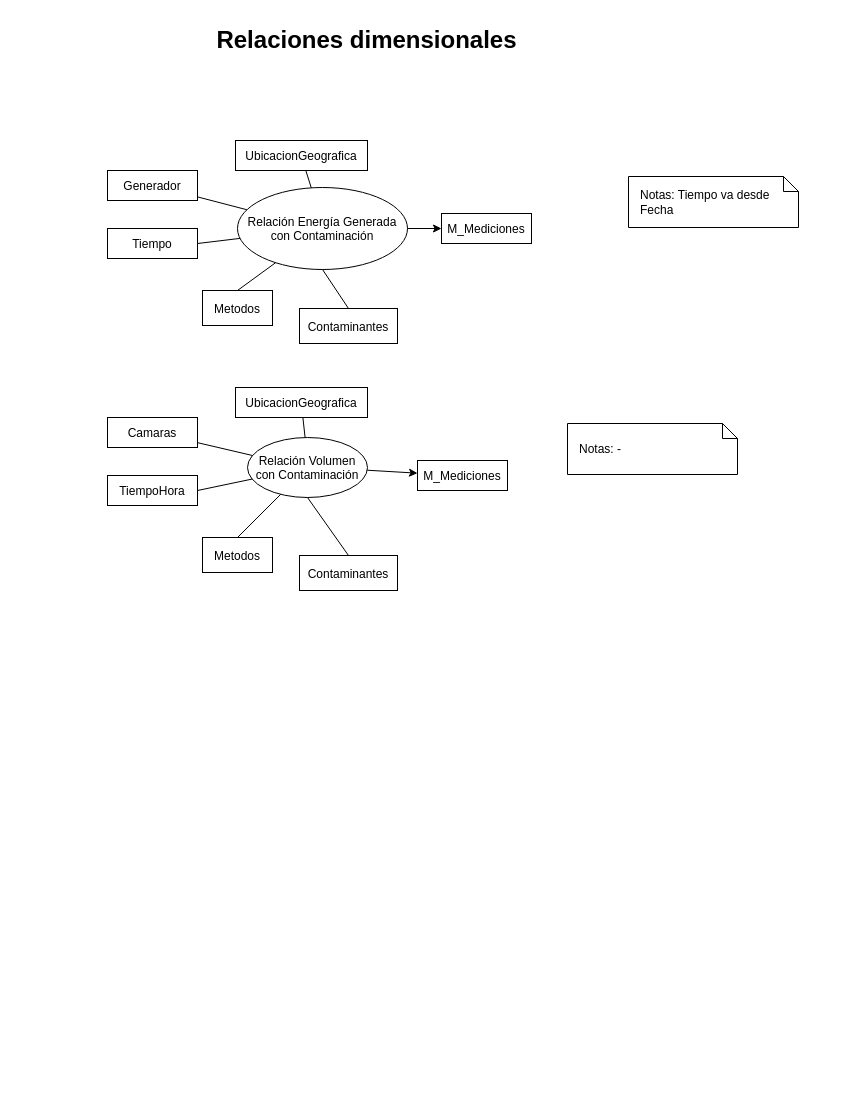
The draw.io diagram 2. Diseño conceptual/Relaciones dimensionales.drawio.xml in gonzalomelov/dw-calidad-aire-docs, before the edit. Source tidied: cells renumbered, new cells numbered last; positions are measured from the earlier drawing's top-left corner, leaving out a move shared by most shapes. Both pictures are drawn from the tidied source at 100%, with x=0, y=0 at pixel (107, 17).
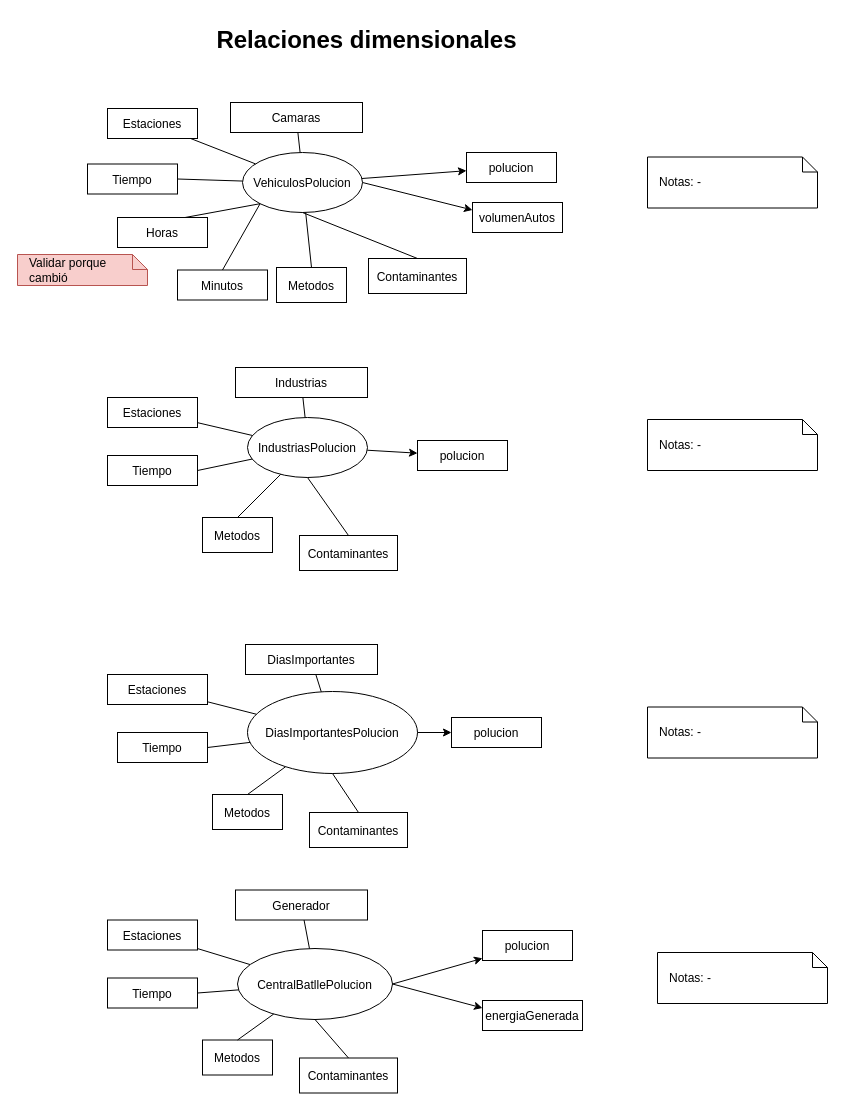
After the change.

Diff of the diagram source:
```diff
@@
-    <mxCell id="2" value="UbicacionGeografica" parent="1" vertex="1">
-      <mxGeometry x="128" y="123" width="132" height="30" as="geometry" />
+    <mxCell id="2" value="Generador" parent="1" vertex="1">
+      <mxGeometry x="128" y="872.5" width="132" height="30" as="geometry" />
     </mxCell>
-    <mxCell id="3" value="Generador" parent="1" vertex="1">
-      <mxGeometry y="153" width="90" height="30" as="geometry" />
+    <mxCell id="3" value="Estaciones" parent="1" vertex="1">
+      <mxGeometry y="902.5" width="90" height="30" as="geometry" />
     </mxCell>
     <mxCell id="4" value="Tiempo" parent="1" vertex="1">
-      <mxGeometry y="211" width="90" height="30" as="geometry" />
+      <mxGeometry y="960.5" width="90" height="30" as="geometry" />
     </mxCell>
     <mxCell id="5" value="Metodos" parent="1" vertex="1">
-      <mxGeometry x="95" y="273" width="70" height="35" as="geometry" />
+      <mxGeometry x="95" y="1022.5" width="70" height="35" as="geometry" />
     </mxCell>
-    <mxCell id="6" value="M_Mediciones" parent="1" vertex="1">
-      <mxGeometry x="334" y="196" width="90" height="30" as="geometry" />
+    <mxCell id="6" value="polucion" parent="1" vertex="1">
+      <mxGeometry x="375" y="913" width="90" height="30" as="geometry" />
     </mxCell>
-    <mxCell id="7" value="Relación Energía Generada&#10;con Contaminación" style="ellipse;" parent="1" vertex="1">
-      <mxGeometry x="130" y="170" width="170" height="82" as="geometry" />
+    <mxCell id="7" value="CentralBatllePolucion" style="ellipse;" parent="1" vertex="1">
+      <mxGeometry x="130" y="931" width="155" height="71" as="geometry" />
     </mxCell>
@@
-    <mxCell id="12" style="edgeStyle=none;" parent="1" edge="1" source="7" target="6">
+    <mxCell id="12" style="edgeStyle=none;exitX=1;exitY=0.5;" parent="1" edge="1" source="7" target="6">
       <mxGeometry relative="1" as="geometry" />
     </mxCell>
@@
     <mxCell id="14" value="Contaminantes" parent="1" vertex="1">
-      <mxGeometry x="192" y="291" width="98" height="35" as="geometry" />
+      <mxGeometry x="192" y="1040.5" width="98" height="35" as="geometry" />
     </mxCell>
@@
-    <mxCell id="16" value="&lt;div&gt;Notas: Tiempo va desde Fecha&lt;/div&gt;" style="shape=note;size=15;align=left;spacingLeft=10;html=1;whiteSpace=wrap;" parent="1" vertex="1">
-      <mxGeometry x="521" y="159" width="170" height="51" as="geometry" />
+    <mxCell id="16" value="&lt;div&gt;Notas: -&lt;/div&gt;" style="shape=note;size=15;align=left;spacingLeft=10;html=1;whiteSpace=wrap;" parent="1" vertex="1">
+      <mxGeometry x="550" y="935" width="170" height="51" as="geometry" />
     </mxCell>
-    <mxCell id="17" value="UbicacionGeografica" parent="1" vertex="1">
-      <mxGeometry x="128" y="370" width="132" height="30" as="geometry" />
+    <mxCell id="17" value="Camaras" parent="1" vertex="1">
+      <mxGeometry x="123" y="85" width="132" height="30" as="geometry" />
     </mxCell>
-    <mxCell id="18" value="Camaras" parent="1" vertex="1">
-      <mxGeometry y="400" width="90" height="30" as="geometry" />
+    <mxCell id="18" value="Estaciones" parent="1" vertex="1">
+      <mxGeometry y="91" width="90" height="30" as="geometry" />
     </mxCell>
-    <mxCell id="19" value="TiempoHora" parent="1" vertex="1">
-      <mxGeometry y="458" width="90" height="30" as="geometry" />
+    <mxCell id="19" value="Tiempo" parent="1" vertex="1">
+      <mxGeometry x="-20" y="146.5" width="90" height="30" as="geometry" />
     </mxCell>
     <mxCell id="20" value="Metodos" parent="1" vertex="1">
-      <mxGeometry x="95" y="520" width="70" height="35" as="geometry" />
+      <mxGeometry x="169" y="250" width="70" height="35" as="geometry" />
     </mxCell>
-    <mxCell id="21" value="M_Mediciones" parent="1" vertex="1">
-      <mxGeometry x="310" y="443" width="90" height="30" as="geometry" />
+    <mxCell id="21" value="polucion" parent="1" vertex="1">
+      <mxGeometry x="359" y="135" width="90" height="30" as="geometry" />
     </mxCell>
-    <mxCell id="22" value="Relación Volumen&#10;con Contaminación" style="ellipse;" parent="1" vertex="1">
-      <mxGeometry x="140" y="420" width="120" height="60" as="geometry" />
+    <mxCell id="22" value="VehiculosPolucion" style="ellipse;" parent="1" vertex="1">
+      <mxGeometry x="135" y="135" width="120" height="60" as="geometry" />
     </mxCell>
@@
     <mxCell id="28" value="Contaminantes" parent="1" vertex="1">
-      <mxGeometry x="192" y="538" width="98" height="35" as="geometry" />
+      <mxGeometry x="261" y="241" width="98" height="35" as="geometry" />
     </mxCell>
@@
     <mxCell id="30" value="&lt;div&gt;Notas: -&lt;/div&gt;" style="shape=note;size=15;align=left;spacingLeft=10;html=1;whiteSpace=wrap;" parent="1" vertex="1">
-      <mxGeometry x="460" y="406" width="170" height="51" as="geometry" />
+      <mxGeometry x="540" y="139.5" width="170" height="51" as="geometry" />
     </mxCell>
+    <mxCell id="31" value="DiasImportantes" parent="1" vertex="1">
+      <mxGeometry x="138" y="627" width="132" height="30" as="geometry" />
+    </mxCell>
+    <mxCell id="32" value="Estaciones" parent="1" vertex="1">
+      <mxGeometry y="657" width="100" height="30" as="geometry" />
+    </mxCell>
+    <mxCell id="33" value="Tiempo" parent="1" vertex="1">
+      <mxGeometry x="10" y="715" width="90" height="30" as="geometry" />
+    </mxCell>
+    <mxCell id="34" value="Metodos" parent="1" vertex="1">
+      <mxGeometry x="105" y="777" width="70" height="35" as="geometry" />
+    </mxCell>
+    <mxCell id="35" value="polucion" parent="1" vertex="1">
+      <mxGeometry x="344" y="700" width="90" height="30" as="geometry" />
+    </mxCell>
+    <mxCell id="36" value="DiasImportantesPolucion" style="ellipse;" parent="1" vertex="1">
+      <mxGeometry x="140" y="674" width="170" height="82" as="geometry" />
+    </mxCell>
+    <mxCell id="37" style="edgeStyle=none;endArrow=none;" parent="1" edge="1" source="36" target="31">
+      <mxGeometry relative="1" as="geometry" />
+    </mxCell>
+    <mxCell id="38" style="edgeStyle=none;endArrow=none;" parent="1" edge="1" source="36" target="32">
+      <mxGeometry relative="1" as="geometry" />
+    </mxCell>
+    <mxCell id="39" style="edgeStyle=none;endArrow=none;entryX=1;entryY=0.5;" parent="1" edge="1" source="36" target="33">
+      <mxGeometry relative="1" as="geometry" />
+    </mxCell>
+    <mxCell id="40" style="edgeStyle=none;endArrow=none;entryX=0.5;entryY=0;" parent="1" edge="1" source="36" target="34">
+      <mxGeometry relative="1" as="geometry" />
+    </mxCell>
+    <mxCell id="41" style="edgeStyle=none;" parent="1" edge="1" source="36" target="35">
+      <mxGeometry relative="1" as="geometry" />
+    </mxCell>
+    <mxCell id="42" value="Contaminantes" parent="1" vertex="1">
+      <mxGeometry x="202" y="795" width="98" height="35" as="geometry" />
+    </mxCell>
+    <mxCell id="43" style="edgeStyle=none;endArrow=none;entryX=0.5;entryY=0;exitX=0.5;exitY=1;" parent="1" edge="1" source="36" target="42">
+      <mxGeometry relative="1" as="geometry" />
+    </mxCell>
+    <mxCell id="44" value="&lt;div&gt;Notas: -&lt;/div&gt;" style="shape=note;size=15;align=left;spacingLeft=10;html=1;whiteSpace=wrap;" parent="1" vertex="1">
+      <mxGeometry x="540" y="689.5" width="170" height="51" as="geometry" />
+    </mxCell>
+    <mxCell id="45" value="Industrias" parent="1" vertex="1">
+      <mxGeometry x="128" y="350" width="132" height="30" as="geometry" />
+    </mxCell>
+    <mxCell id="46" value="Estaciones" parent="1" vertex="1">
+      <mxGeometry y="380" width="90" height="30" as="geometry" />
+    </mxCell>
+    <mxCell id="47" value="Tiempo" parent="1" vertex="1">
+      <mxGeometry y="438" width="90" height="30" as="geometry" />
+    </mxCell>
+    <mxCell id="48" value="Metodos" parent="1" vertex="1">
+      <mxGeometry x="95" y="500" width="70" height="35" as="geometry" />
+    </mxCell>
+    <mxCell id="49" value="polucion" parent="1" vertex="1">
+      <mxGeometry x="310" y="423" width="90" height="30" as="geometry" />
+    </mxCell>
+    <mxCell id="50" value="IndustriasPolucion" style="ellipse;" parent="1" vertex="1">
+      <mxGeometry x="140" y="400" width="120" height="60" as="geometry" />
+    </mxCell>
+    <mxCell id="51" style="edgeStyle=none;endArrow=none;" parent="1" edge="1" source="50" target="45">
+      <mxGeometry relative="1" as="geometry" />
+    </mxCell>
+    <mxCell id="52" style="edgeStyle=none;endArrow=none;" parent="1" edge="1" source="50" target="46">
+      <mxGeometry relative="1" as="geometry" />
+    </mxCell>
+    <mxCell id="53" style="edgeStyle=none;endArrow=none;entryX=1;entryY=0.5;" parent="1" edge="1" source="50" target="47">
+      <mxGeometry relative="1" as="geometry" />
+    </mxCell>
+    <mxCell id="54" style="edgeStyle=none;endArrow=none;entryX=0.5;entryY=0;" parent="1" edge="1" source="50" target="48">
+      <mxGeometry relative="1" as="geometry" />
+    </mxCell>
+    <mxCell id="55" style="edgeStyle=none;" parent="1" edge="1" source="50" target="49">
+      <mxGeometry relative="1" as="geometry" />
+    </mxCell>
+    <mxCell id="56" value="Contaminantes" parent="1" vertex="1">
+      <mxGeometry x="192" y="518" width="98" height="35" as="geometry" />
+    </mxCell>
+    <mxCell id="57" style="edgeStyle=none;endArrow=none;entryX=0.5;entryY=0;exitX=0.5;exitY=1;" parent="1" edge="1" source="50" target="56">
+      <mxGeometry relative="1" as="geometry" />
+    </mxCell>
+    <mxCell id="58" value="&lt;div&gt;Notas: -&lt;/div&gt;" style="shape=note;size=15;align=left;spacingLeft=10;html=1;whiteSpace=wrap;" parent="1" vertex="1">
+      <mxGeometry x="540" y="402" width="170" height="51" as="geometry" />
+    </mxCell>
+    <mxCell id="59" value="&lt;div&gt;Validar porque cambió&lt;/div&gt;" style="shape=note;size=15;align=left;spacingLeft=10;html=1;whiteSpace=wrap;fillColor=#f8cecc;strokeColor=#b85450;" parent="1" vertex="1">
+      <mxGeometry x="-90" y="237" width="130" height="31" as="geometry" />
+    </mxCell>
+    <mxCell id="60" value="Horas" parent="1" vertex="1">
+      <mxGeometry x="10" y="200" width="90" height="30" as="geometry" />
+    </mxCell>
+    <mxCell id="61" value="Minutos" parent="1" vertex="1">
+      <mxGeometry x="70" y="252.5" width="90" height="30" as="geometry" />
+    </mxCell>
+    <mxCell id="62" style="edgeStyle=none;endArrow=none;entryX=0.5;entryY=0;exitX=0;exitY=1;" parent="1" edge="1" source="22" target="61">
+      <mxGeometry relative="1" as="geometry" />
+    </mxCell>
+    <mxCell id="63" style="edgeStyle=none;endArrow=none;entryX=0.75;entryY=0;exitX=0;exitY=1;" parent="1" edge="1" source="22" target="60">
+      <mxGeometry relative="1" as="geometry" />
+    </mxCell>
+    <mxCell id="64" value="volumenAutos" parent="1" vertex="1">
+      <mxGeometry x="365" y="185" width="90" height="30" as="geometry" />
+    </mxCell>
+    <mxCell id="65" style="edgeStyle=none;entryX=0;entryY=0.25;exitX=1;exitY=0.5;" parent="1" edge="1" source="22" target="64">
+      <mxGeometry relative="1" as="geometry" />
+    </mxCell>
+    <mxCell id="66" value="energiaGenerada" parent="1" vertex="1">
+      <mxGeometry x="375" y="983" width="100" height="30" as="geometry" />
+    </mxCell>
+    <mxCell id="67" style="edgeStyle=none;entryX=0;entryY=0.25;exitX=1;exitY=0.5;" parent="1" edge="1" source="7" target="66">
+      <mxGeometry relative="1" as="geometry" />
+    </mxCell>
```
